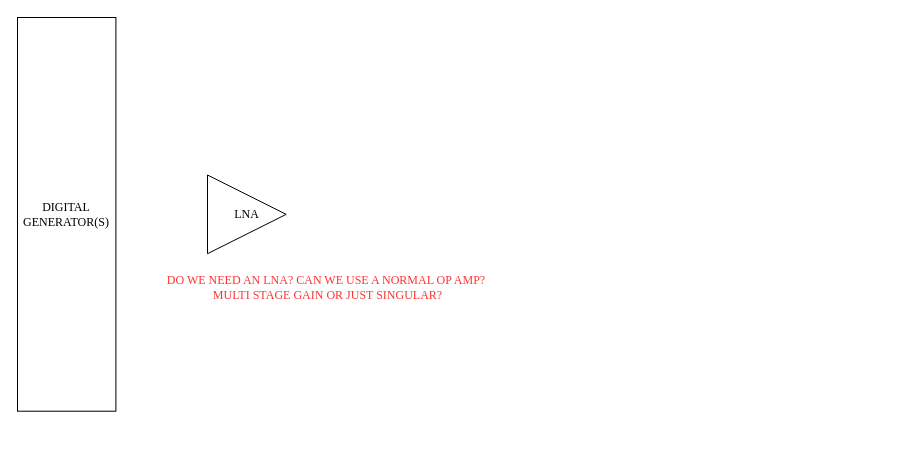
Earlier version of the draw.io diagram page "Signal Conditioning" (4 of 4) of 1_hw/01_block_diagram/arb.drawio (brzyzek/arb). Source tidied: cells renumbered, new cells numbered last; positions are measured from the earlier drawing's top-left corner, leaving out a move shared by most shapes. Both pictures are drawn from the tidied source at 100%, with x=0, y=0 at pixel (17, 17).
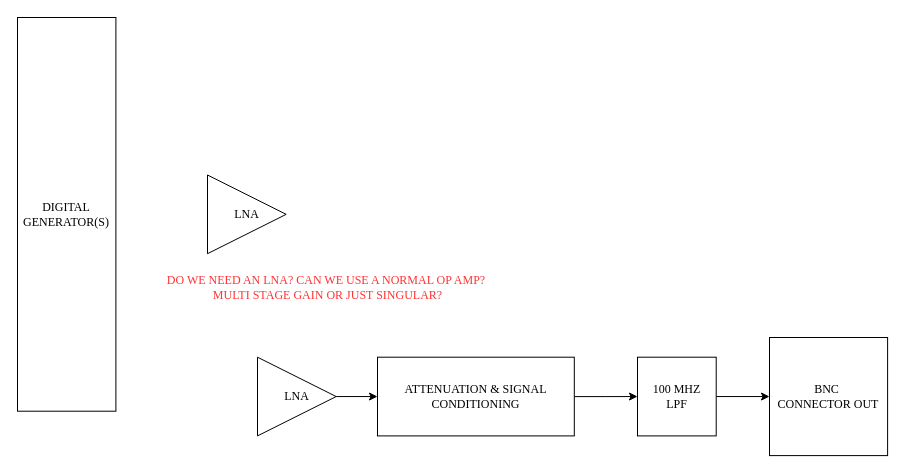
The same page after the edit.

What changed in the source:
```diff
@@
 <mxGraphModel>
   <root>
     <mxCell id="0" />
     <mxCell id="1" parent="0" />
     <mxCell id="2" value="DIGITAL GENERATOR(S)" style="whiteSpace=wrap;html=1;fontFamily=Times New Roman;" parent="1" vertex="1">
       <mxGeometry width="98.4" height="393.7" as="geometry" />
     </mxCell>
     <mxCell id="3" value="LNA" style="triangle;whiteSpace=wrap;html=1;fontFamily=Times New Roman;align=center;" parent="1" vertex="1">
       <mxGeometry x="190" y="157.5" width="78.7" height="78.7" as="geometry" />
     </mxCell>
     <mxCell id="4" value="DO WE NEED AN LNA? CAN WE USE A NORMAL OP AMP?&amp;nbsp;&lt;div&gt;MULTI STAGE GAIN OR JUST SINGULAR?&lt;/div&gt;" style="text;html=1;align=center;verticalAlign=middle;strokeColor=none;fillColor=none;fontFamily=Times New Roman;fontSize=12;fontColor=#FF3333;" parent="1" vertex="1">
       <mxGeometry x="140" y="250" width="340" height="40" as="geometry" />
     </mxCell>
+    <mxCell id="5" value="BNC&amp;nbsp;&lt;div&gt;CONNECTOR OUT&lt;/div&gt;" style="rounded=0;whiteSpace=wrap;html=1;fontFamily=Times New Roman;glass=0;shadow=0;" parent="1" vertex="1">
+      <mxGeometry x="752" y="320" width="118.1" height="118.1" as="geometry" />
+    </mxCell>
+    <mxCell id="6" style="edgeStyle=orthogonalEdgeStyle;rounded=0;jettySize=auto;html=1;" parent="1" edge="1" source="7" target="11">
+      <mxGeometry relative="1" as="geometry" />
+    </mxCell>
+    <mxCell id="7" value="LNA" style="triangle;whiteSpace=wrap;html=1;fontFamily=Times New Roman;align=center;" parent="1" vertex="1">
+      <mxGeometry x="240" y="339.7" width="78.7" height="78.7" as="geometry" />
+    </mxCell>
+    <mxCell id="8" style="edgeStyle=orthogonalEdgeStyle;rounded=0;jettySize=auto;html=1;exitX=1;exitY=0.5;exitDx=0;exitDy=0;entryX=0;entryY=0.5;entryDx=0;entryDy=0;" parent="1" edge="1" source="9" target="5">
+      <mxGeometry relative="1" as="geometry" />
+    </mxCell>
+    <mxCell id="9" value="100 MHZ&lt;div&gt;LPF&lt;/div&gt;" style="rounded=0;whiteSpace=wrap;html=1;fontFamily=Times New Roman;glass=0;shadow=0;" parent="1" vertex="1">
+      <mxGeometry x="620" y="339.7" width="78.7" height="78.7" as="geometry" />
+    </mxCell>
+    <mxCell id="10" style="edgeStyle=orthogonalEdgeStyle;rounded=0;jettySize=auto;html=1;entryX=0;entryY=0.5;entryDx=0;entryDy=0;" parent="1" edge="1" source="11" target="9">
+      <mxGeometry relative="1" as="geometry" />
+    </mxCell>
+    <mxCell id="11" value="ATTENUATION &amp;amp; SIGNAL CONDITIONING" style="rounded=0;whiteSpace=wrap;html=1;fontFamily=Times New Roman;glass=0;shadow=0;" parent="1" vertex="1">
+      <mxGeometry x="360" y="339.7" width="196.8" height="78.7" as="geometry" />
+    </mxCell>
   </root>
 </mxGraphModel>
```
